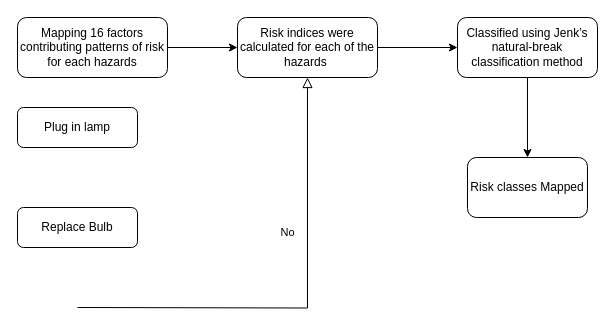
Earlier version of the draw.io diagram ICARS.drawio (rachitiirs/ICARS). Source tidied: cells renumbered, new cells numbered last; positions are measured from the earlier drawing's top-left corner, leaving out a move shared by most shapes. Both pictures are drawn from the tidied source at 100%, with x=0, y=0 at pixel (17, 17).
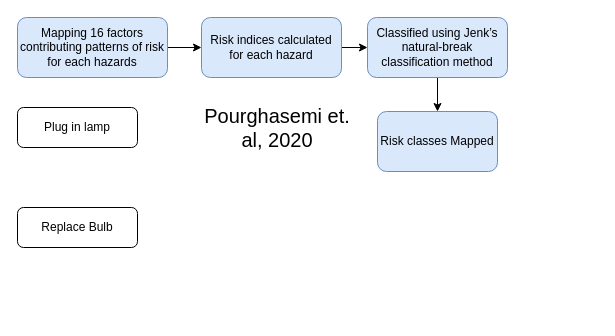
After the change.

Diff of the diagram source:
```diff
@@
 <mxGraphModel>
   <root>
     <mxCell id="0" />
     <mxCell id="1" parent="0" />
     <mxCell id="2" style="edgeStyle=orthogonalEdgeStyle;rounded=0;jettySize=auto;html=1;entryX=0;entryY=0.5;entryDx=0;entryDy=0;" parent="1" edge="1" source="3" target="7">
       <mxGeometry relative="1" as="geometry" />
     </mxCell>
-    <mxCell id="3" value="Mapping 16 factors contributing patterns of risk for each hazards" style="rounded=1;whiteSpace=wrap;html=1;fontSize=12;glass=0;strokeWidth=1;shadow=0;" parent="1" vertex="1">
+    <mxCell id="3" value="Mapping 16 factors contributing patterns of risk for each hazards" style="rounded=1;whiteSpace=wrap;html=1;fontSize=12;glass=0;strokeWidth=1;shadow=0;fillColor=#dae8fc;strokeColor=#6c8ebf;" parent="1" vertex="1">
       <mxGeometry width="150" height="60" as="geometry" />
     </mxCell>
     <mxCell id="4" value="Plug in lamp" style="rounded=1;whiteSpace=wrap;html=1;fontSize=12;glass=0;strokeWidth=1;shadow=0;" parent="1" vertex="1">
       <mxGeometry y="90" width="120" height="40" as="geometry" />
     </mxCell>
-    <mxCell id="5" value="No" style="rounded=0;html=1;jettySize=auto;fontSize=11;endArrow=block;endFill=0;endSize=8;strokeWidth=1;shadow=0;labelBackgroundColor=none;edgeStyle=orthogonalEdgeStyle;" parent="1" edge="1" target="7">
-      <mxGeometry x="0.33" y="20" relative="1" as="geometry">
-        <mxPoint x="60" y="290" as="sourcePoint" />
-      </mxGeometry>
-    </mxCell>
     <mxCell id="6" style="edgeStyle=orthogonalEdgeStyle;rounded=0;jettySize=auto;html=1;" parent="1" edge="1" source="7" target="10">
       <mxGeometry relative="1" as="geometry" />
     </mxCell>
-    <mxCell id="7" value="&lt;div&gt;Risk indices were calculated for each of the hazards&amp;nbsp;&lt;/div&gt;" style="rounded=1;whiteSpace=wrap;html=1;fontSize=12;glass=0;strokeWidth=1;shadow=0;" parent="1" vertex="1">
-      <mxGeometry x="220" width="140" height="60" as="geometry" />
+    <mxCell id="7" value="&lt;div&gt;Risk indices calculated for each hazard&lt;/div&gt;" style="rounded=1;whiteSpace=wrap;html=1;fontSize=12;glass=0;strokeWidth=1;shadow=0;fillColor=#dae8fc;strokeColor=#6c8ebf;" parent="1" vertex="1">
+      <mxGeometry x="184" width="140" height="60" as="geometry" />
     </mxCell>
     <mxCell id="8" value="Replace Bulb" style="rounded=1;whiteSpace=wrap;html=1;fontSize=12;glass=0;strokeWidth=1;shadow=0;" parent="1" vertex="1">
       <mxGeometry y="190" width="120" height="40" as="geometry" />
     </mxCell>
     <mxCell id="9" style="edgeStyle=orthogonalEdgeStyle;rounded=0;jettySize=auto;html=1;" parent="1" edge="1" source="10" target="11">
       <mxGeometry relative="1" as="geometry" />
     </mxCell>
-    <mxCell id="10" value="&lt;div&gt;&lt;span style=&quot;background-color: initial;&quot;&gt;Classified using Jenk’s natural-break classification method&lt;/span&gt;&lt;/div&gt;" style="rounded=1;whiteSpace=wrap;html=1;fontSize=12;glass=0;strokeWidth=1;shadow=0;" parent="1" vertex="1">
-      <mxGeometry x="440" width="140" height="60" as="geometry" />
+    <mxCell id="10" value="&lt;div&gt;&lt;span style=&quot;background-color: initial;&quot;&gt;Classified using Jenk’s natural-break classification method&lt;/span&gt;&lt;/div&gt;" style="rounded=1;whiteSpace=wrap;html=1;fontSize=12;glass=0;strokeWidth=1;shadow=0;fillColor=#dae8fc;strokeColor=#6c8ebf;" parent="1" vertex="1">
+      <mxGeometry x="350" width="140" height="60" as="geometry" />
     </mxCell>
-    <mxCell id="11" value="Risk classes Mapped" style="whiteSpace=wrap;html=1;rounded=1;glass=0;strokeWidth=1;shadow=0;" parent="1" vertex="1">
-      <mxGeometry x="450" y="140" width="120" height="60" as="geometry" />
+    <mxCell id="11" value="Risk classes Mapped" style="whiteSpace=wrap;html=1;rounded=1;glass=0;strokeWidth=1;shadow=0;fillColor=#dae8fc;strokeColor=#6c8ebf;" parent="1" vertex="1">
+      <mxGeometry x="360" y="94" width="120" height="60" as="geometry" />
     </mxCell>
+    <mxCell id="12" value="&lt;font style=&quot;font-size: 20px;&quot;&gt;Pourghasemi et.&lt;br&gt;al, 2020&lt;/font&gt;" style="text;html=1;align=center;verticalAlign=middle;whiteSpace=wrap;rounded=0;" parent="1" vertex="1">
+      <mxGeometry x="170" y="65" width="180" height="90" as="geometry" />
+    </mxCell>
   </root>
 </mxGraphModel>
```
